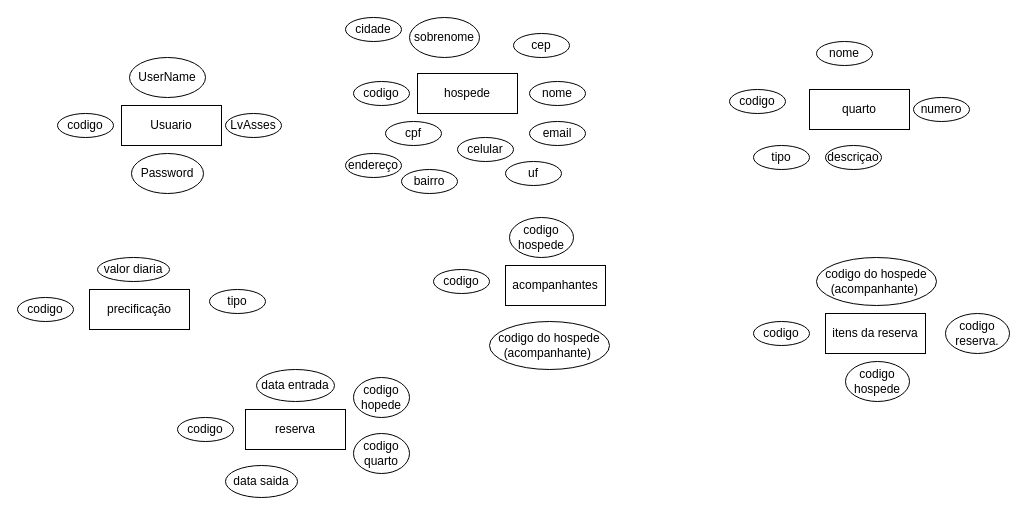
pedroabcbr/CSharp-Aprendizagem keeps this draw.io diagram as Diagrama sem nome.drawio. Above is the earlier version. Source tidied: cells renumbered, new cells numbered last; positions are measured from the earlier drawing's top-left corner, leaving out a move shared by most shapes. Both pictures are drawn from the tidied source at 100%, with x=0, y=0 at pixel (17, 17).
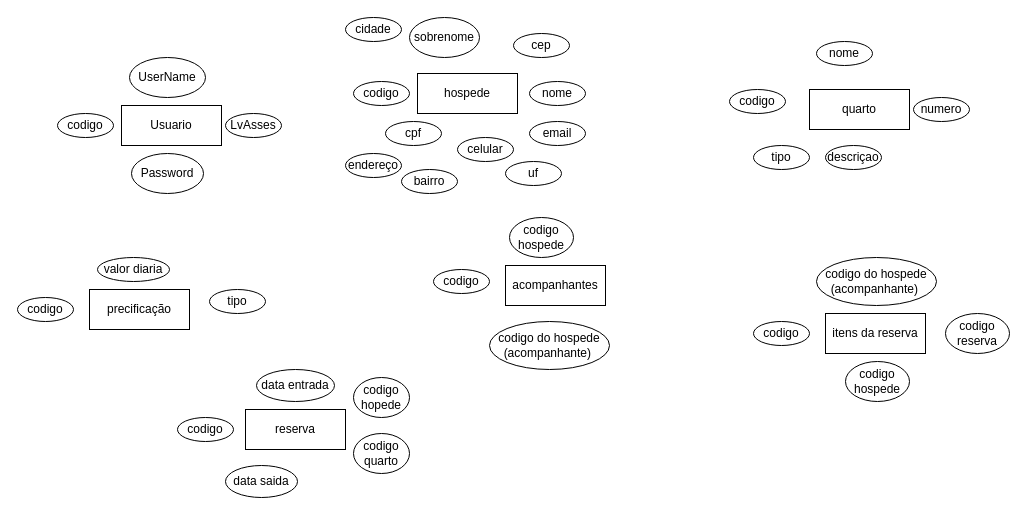
Above is the later version.

The edit, as a diff of the source:
```diff
@@
-    <mxCell id="37" value="codigo reserva." style="ellipse;whiteSpace=wrap;html=1;align=center;" parent="1" vertex="1">
+    <mxCell id="37" value="codigo reserva" style="ellipse;whiteSpace=wrap;html=1;align=center;" parent="1" vertex="1">
       <mxGeometry x="928" y="296" width="64" height="40" as="geometry" />
     </mxCell>
```
